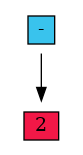
Before: GRAPH_VIZ/gvDiff_func.dot.png, a diagram exported from Graphviz (Mikhail038/MY_Differentiator). Its source is kept beside it as GRAPH_VIZ/gvDiff_func.dot.
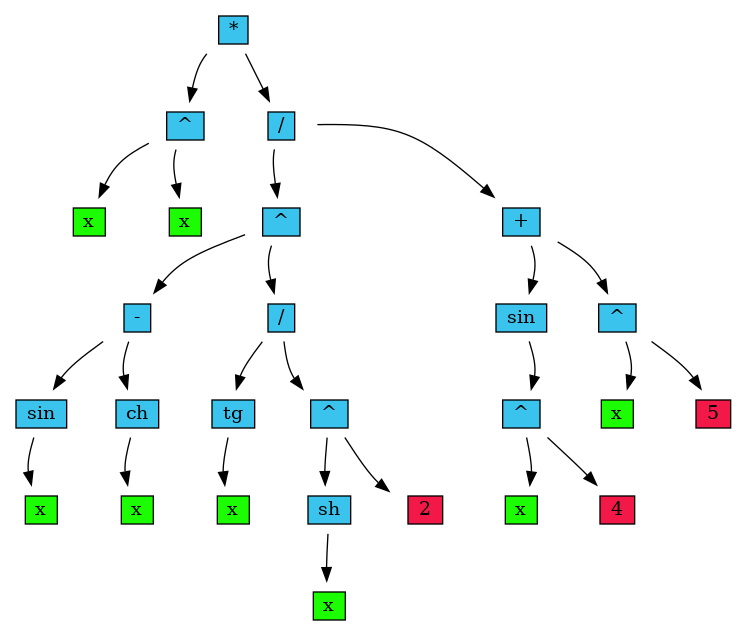
After the change.

Change to the diagram source:
```diff
@@ -4,7 +4,90 @@
     bgcolor = "white";
     node [shape = "plaintext", style = "solid"];
 
-                    node_0x604000000010
+                    node_0x604000000110
+                    [
+                        label=
+                        <
+                        <table border="0" cellborder="1" cellspacing="0">
+                            <tr><td colspan="2" bgcolor = "#39c3ed">
+ * </td>
+                            </tr>
+                        </table>
+                        >
+                    ]
+
+
+                    node_0x604000000090
+                    [
+                        label=
+                        <
+                        <table border="0" cellborder="1" cellspacing="0">
+                            <tr><td colspan="2" bgcolor = "#39c3ed">
+ ^ </td>
+                            </tr>
+                        </table>
+                        >
+                    ]
+
+                    node_0x604000000110 -> node_0x604000000090;
+
+                    node_0x604000000050
+                    [
+                        label=
+                        <
+                        <table border="0" cellborder="1" cellspacing="0">
+                            <tr><td colspan="2" bgcolor = "#1cfc03">
+ x </td>
+                            </tr>
+                        </table>
+                        >
+                    ]
+
+                    node_0x604000000090 -> node_0x604000000050;
+
+                    node_0x6040000000d0
+                    [
+                        label=
+                        <
+                        <table border="0" cellborder="1" cellspacing="0">
+                            <tr><td colspan="2" bgcolor = "#1cfc03">
+ x </td>
+                            </tr>
+                        </table>
+                        >
+                    ]
+
+                    node_0x604000000090 -> node_0x6040000000d0;
+
+                    node_0x604000000490
+                    [
+                        label=
+                        <
+                        <table border="0" cellborder="1" cellspacing="0">
+                            <tr><td colspan="2" bgcolor = "#39c3ed">
+ / </td>
+                            </tr>
+                        </table>
+                        >
+                    ]
+
+                    node_0x604000000110 -> node_0x604000000490;
+
+                    node_0x604000000290
+                    [
+                        label=
+                        <
+                        <table border="0" cellborder="1" cellspacing="0">
+                            <tr><td colspan="2" bgcolor = "#39c3ed">
+ ^ </td>
+                            </tr>
+                        </table>
+                        >
+                    ]
+
+                    node_0x604000000490 -> node_0x604000000290;
+
+                    node_0x6040000001d0
                     [
                         label=
                         <
@@ -16,8 +99,149 @@
                         >
                     ]
 
+                    node_0x604000000290 -> node_0x6040000001d0;
 
-                    node_0x604000000050
+                    node_0x604000000150
+                    [
+                        label=
+                        <
+                        <table border="0" cellborder="1" cellspacing="0">
+                            <tr><td colspan="2" bgcolor = "#39c3ed">
+ sin </td>
+                            </tr>
+                        </table>
+                        >
+                    ]
+
+                    node_0x6040000001d0 -> node_0x604000000150;
+
+                    node_0x604000000190
+                    [
+                        label=
+                        <
+                        <table border="0" cellborder="1" cellspacing="0">
+                            <tr><td colspan="2" bgcolor = "#1cfc03">
+ x </td>
+                            </tr>
+                        </table>
+                        >
+                    ]
+
+                    node_0x604000000150 -> node_0x604000000190;
+
+                    node_0x604000000210
+                    [
+                        label=
+                        <
+                        <table border="0" cellborder="1" cellspacing="0">
+                            <tr><td colspan="2" bgcolor = "#39c3ed">
+ ch </td>
+                            </tr>
+                        </table>
+                        >
+                    ]
+
+                    node_0x6040000001d0 -> node_0x604000000210;
+
+                    node_0x604000000250
+                    [
+                        label=
+                        <
+                        <table border="0" cellborder="1" cellspacing="0">
+                            <tr><td colspan="2" bgcolor = "#1cfc03">
+ x </td>
+                            </tr>
+                        </table>
+                        >
+                    ]
+
+                    node_0x604000000210 -> node_0x604000000250;
+
+                    node_0x604000000350
+                    [
+                        label=
+                        <
+                        <table border="0" cellborder="1" cellspacing="0">
+                            <tr><td colspan="2" bgcolor = "#39c3ed">
+ / </td>
+                            </tr>
+                        </table>
+                        >
+                    ]
+
+                    node_0x604000000290 -> node_0x604000000350;
+
+                    node_0x6040000002d0
+                    [
+                        label=
+                        <
+                        <table border="0" cellborder="1" cellspacing="0">
+                            <tr><td colspan="2" bgcolor = "#39c3ed">
+ tg </td>
+                            </tr>
+                        </table>
+                        >
+                    ]
+
+                    node_0x604000000350 -> node_0x6040000002d0;
+
+                    node_0x604000000310
+                    [
+                        label=
+                        <
+                        <table border="0" cellborder="1" cellspacing="0">
+                            <tr><td colspan="2" bgcolor = "#1cfc03">
+ x </td>
+                            </tr>
+                        </table>
+                        >
+                    ]
+
+                    node_0x6040000002d0 -> node_0x604000000310;
+
+                    node_0x604000000410
+                    [
+                        label=
+                        <
+                        <table border="0" cellborder="1" cellspacing="0">
+                            <tr><td colspan="2" bgcolor = "#39c3ed">
+ ^ </td>
+                            </tr>
+                        </table>
+                        >
+                    ]
+
+                    node_0x604000000350 -> node_0x604000000410;
+
+                    node_0x604000000390
+                    [
+                        label=
+                        <
+                        <table border="0" cellborder="1" cellspacing="0">
+                            <tr><td colspan="2" bgcolor = "#39c3ed">
+ sh </td>
+                            </tr>
+                        </table>
+                        >
+                    ]
+
+                    node_0x604000000410 -> node_0x604000000390;
+
+                    node_0x6040000003d0
+                    [
+                        label=
+                        <
+                        <table border="0" cellborder="1" cellspacing="0">
+                            <tr><td colspan="2" bgcolor = "#1cfc03">
+ x </td>
+                            </tr>
+                        </table>
+                        >
+                    ]
+
+                    node_0x604000000390 -> node_0x6040000003d0;
+
+                    node_0x604000000450
                     [
                         label=
                         <
@@ -29,5 +253,117 @@
                         >
                     ]
 
-                    node_0x604000000010 -> node_0x604000000050;
+                    node_0x604000000410 -> node_0x604000000450;
+
+                    node_0x6040000005d0
+                    [
+                        label=
+                        <
+                        <table border="0" cellborder="1" cellspacing="0">
+                            <tr><td colspan="2" bgcolor = "#39c3ed">
+ + </td>
+                            </tr>
+                        </table>
+                        >
+                    ]
+
+                    node_0x604000000490 -> node_0x6040000005d0;
+
+                    node_0x6040000004d0
+                    [
+                        label=
+                        <
+                        <table border="0" cellborder="1" cellspacing="0">
+                            <tr><td colspan="2" bgcolor = "#39c3ed">
+ sin </td>
+                            </tr>
+                        </table>
+                        >
+                    ]
+
+                    node_0x6040000005d0 -> node_0x6040000004d0;
+
+                    node_0x604000000550
+                    [
+                        label=
+                        <
+                        <table border="0" cellborder="1" cellspacing="0">
+                            <tr><td colspan="2" bgcolor = "#39c3ed">
+ ^ </td>
+                            </tr>
+                        </table>
+                        >
+                    ]
+
+                    node_0x6040000004d0 -> node_0x604000000550;
+
+                    node_0x604000000510
+                    [
+                        label=
+                        <
+                        <table border="0" cellborder="1" cellspacing="0">
+                            <tr><td colspan="2" bgcolor = "#1cfc03">
+ x </td>
+                            </tr>
+                        </table>
+                        >
+                    ]
+
+                    node_0x604000000550 -> node_0x604000000510;
+
+                    node_0x604000000590
+                    [
+                        label=
+                        <
+                        <table border="0" cellborder="1" cellspacing="0">
+                            <tr><td colspan="2" bgcolor = "#f21847">
+ 4 </td>
+                            </tr>
+                        </table>
+                        >
+                    ]
+
+                    node_0x604000000550 -> node_0x604000000590;
+
+                    node_0x604000000650
+                    [
+                        label=
+                        <
+                        <table border="0" cellborder="1" cellspacing="0">
+                            <tr><td colspan="2" bgcolor = "#39c3ed">
+ ^ </td>
+                            </tr>
+                        </table>
+                        >
+                    ]
+
+                    node_0x6040000005d0 -> node_0x604000000650;
+
+                    node_0x604000000610
+                    [
+                        label=
+                        <
+                        <table border="0" cellborder="1" cellspacing="0">
+                            <tr><td colspan="2" bgcolor = "#1cfc03">
+ x </td>
+                            </tr>
+                        </table>
+                        >
+                    ]
+
+                    node_0x604000000650 -> node_0x604000000610;
+
+                    node_0x604000000690
+                    [
+                        label=
+                        <
+                        <table border="0" cellborder="1" cellspacing="0">
+                            <tr><td colspan="2" bgcolor = "#f21847">
+ 5 </td>
+                            </tr>
+                        </table>
+                        >
+                    ]
+
+                    node_0x604000000650 -> node_0x604000000690;
 }
```
